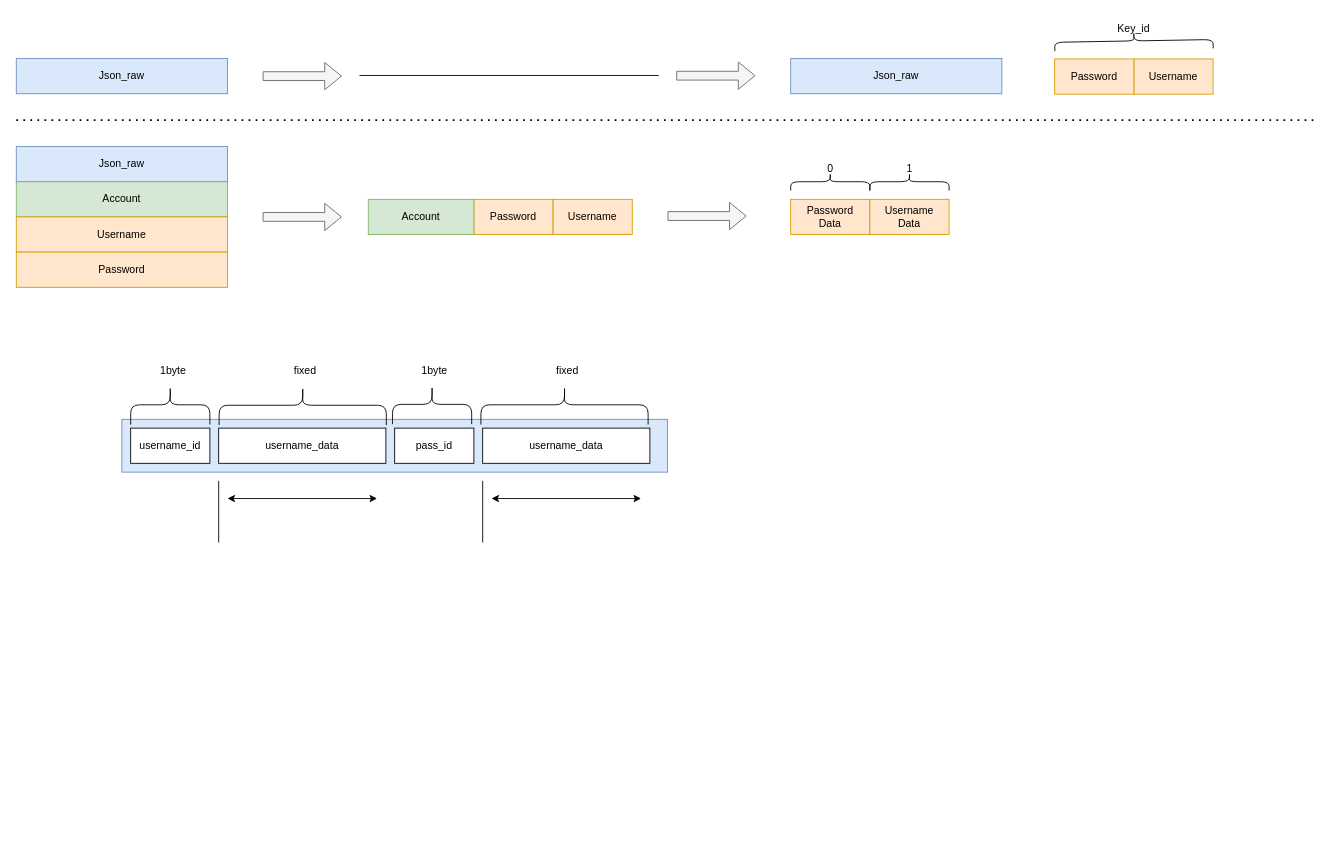
Above: page "Side-7" (7 of 7) of docs/drawings/C4.drawio in Christianstensgaard/Assignment_TwitterLike (draw.io), before the change. Source tidied: cells renumbered, new cells numbered last; positions are measured from the earlier drawing's top-left corner, leaving out a move shared by most shapes. Both pictures are drawn from the tidied source at 88%, with x=0, y=0 at pixel (16, -39).
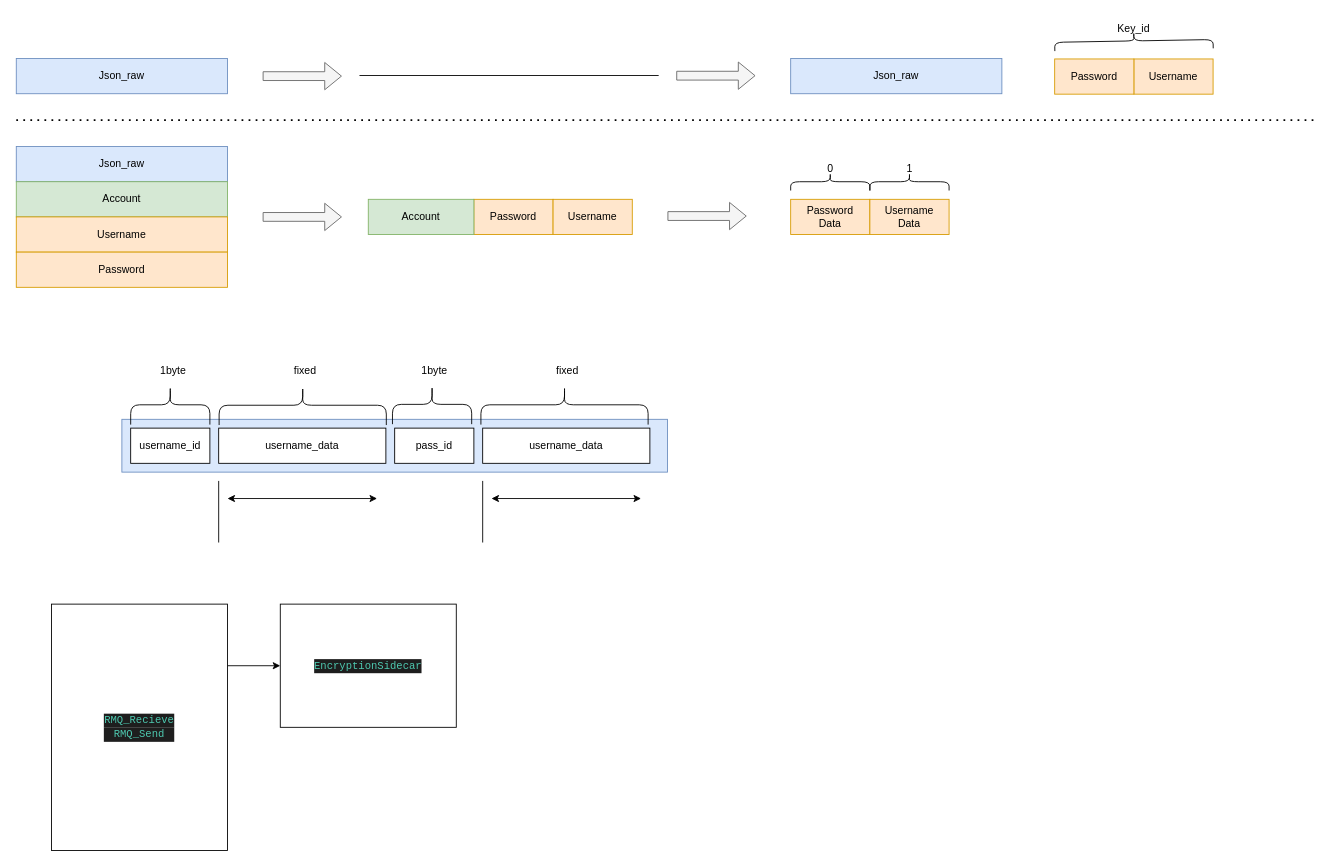
After the change.

Diff of the diagram source:
```diff
@@
+    <mxCell id="44" style="edgeStyle=none;html=1;exitX=1;exitY=0.25;exitDx=0;exitDy=0;entryX=0;entryY=0.5;entryDx=0;entryDy=0;" parent="1" edge="1" source="45" target="46">
+      <mxGeometry relative="1" as="geometry" />
+    </mxCell>
+    <mxCell id="45" value="&lt;div style=&quot;color: rgb(212, 212, 212); background-color: rgb(30, 30, 30); font-family: &amp;quot;MonoLisa Trial&amp;quot;, Consolas, &amp;quot;Courier New&amp;quot;, monospace; line-height: 16px;&quot;&gt;&lt;span style=&quot;color: #4ec9b0;&quot;&gt;RMQ_Recieve&lt;/span&gt;&lt;/div&gt;&lt;div style=&quot;color: rgb(212, 212, 212); background-color: rgb(30, 30, 30); font-family: &amp;quot;MonoLisa Trial&amp;quot;, Consolas, &amp;quot;Courier New&amp;quot;, monospace; line-height: 16px;&quot;&gt;&lt;div style=&quot;line-height: 16px;&quot;&gt;&lt;span style=&quot;color: #4ec9b0;&quot;&gt;RMQ_Send&lt;/span&gt;&lt;/div&gt;&lt;/div&gt;" style="rounded=0;whiteSpace=wrap;html=1;" parent="1" vertex="1">
+      <mxGeometry x="40" y="730" width="200" height="280" as="geometry" />
+    </mxCell>
+    <mxCell id="46" value="&lt;div style=&quot;color: rgb(212, 212, 212); background-color: rgb(30, 30, 30); font-family: &amp;quot;MonoLisa Trial&amp;quot;, Consolas, &amp;quot;Courier New&amp;quot;, monospace; line-height: 16px;&quot;&gt;&lt;span style=&quot;color: #4ec9b0;&quot;&gt;EncryptionSidecar&lt;/span&gt;&lt;/div&gt;" style="rounded=0;whiteSpace=wrap;html=1;" parent="1" vertex="1">
+      <mxGeometry x="300" y="730" width="200" height="140" as="geometry" />
+    </mxCell>
```
